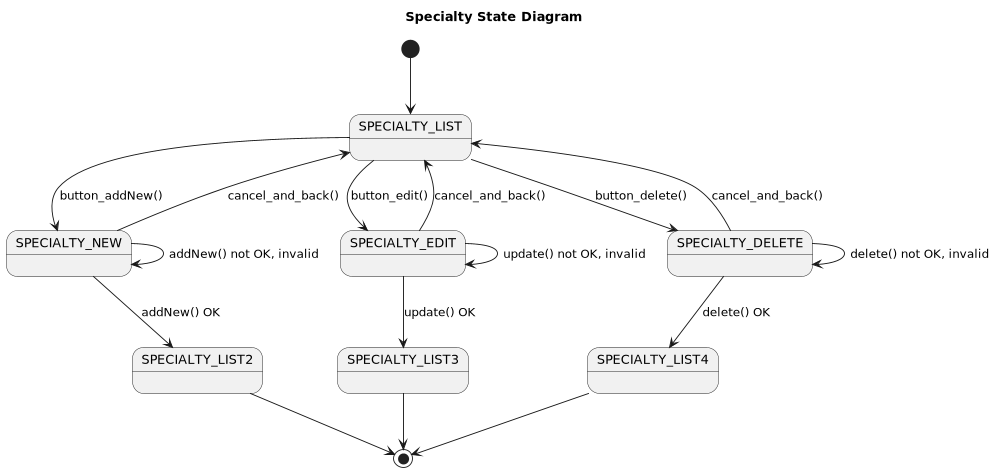
Before: uml/specialty/Specialty__StateEngine-Specialty_State_Diagram.png, a diagram exported from PlantUML (Jakarta-EE-Petclinic/petclinic-uml).
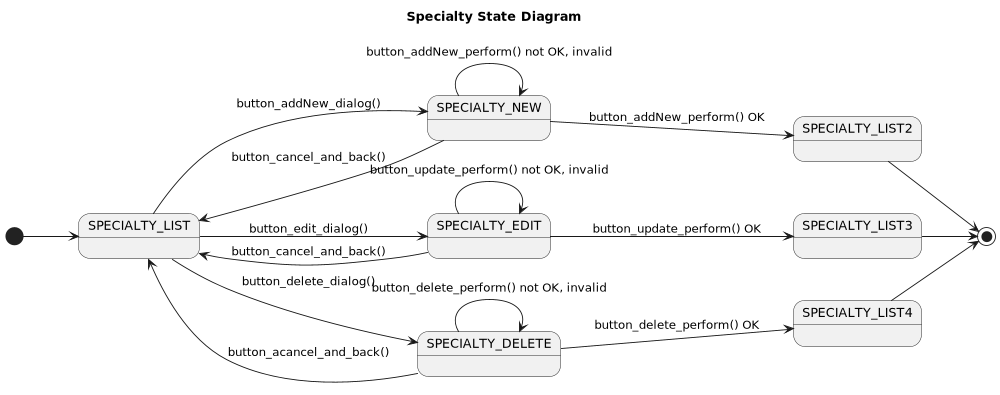
The same file after the commit.

The edit, as a diff of the source:
```diff
@@ -3,24 +3,24 @@
 title Specialty State Diagram
 
 
-top to bottom direction
+left to right direction
 
 scale 1000 width
 
 [*] --> SPECIALTY_LIST
 
-SPECIALTY_LIST --> SPECIALTY_NEW : button_addNew()
-SPECIALTY_LIST --> SPECIALTY_EDIT: button_edit()
-SPECIALTY_LIST --> SPECIALTY_DELETE: button_delete()
 
-SPECIALTY_NEW --> SPECIALTY_LIST: cancel_and_back()
-SPECIALTY_NEW --> SPECIALTY_LIST2: addNew() OK
+SPECIALTY_LIST --> SPECIALTY_NEW : button_addNew_dialog()
+SPECIALTY_NEW --> SPECIALTY_LIST: button_cancel_and_back()
+SPECIALTY_NEW --> SPECIALTY_LIST2: button_addNew_perform() OK
 
-SPECIALTY_EDIT --> SPECIALTY_LIST: cancel_and_back()
-SPECIALTY_EDIT --> SPECIALTY_LIST3: update() OK
+SPECIALTY_LIST --> SPECIALTY_EDIT: button_edit_dialog()
+SPECIALTY_EDIT --> SPECIALTY_LIST: button_cancel_and_back()
+SPECIALTY_EDIT --> SPECIALTY_LIST3: button_update_perform() OK
 
-SPECIALTY_DELETE --> SPECIALTY_LIST: cancel_and_back()
-SPECIALTY_DELETE --> SPECIALTY_LIST4: delete() OK
+SPECIALTY_LIST --> SPECIALTY_DELETE: button_delete_dialog()
+SPECIALTY_DELETE --> SPECIALTY_LIST: button_acancel_and_back()
+SPECIALTY_DELETE --> SPECIALTY_LIST4: button_delete_perform() OK
 
 SPECIALTY_LIST2 --> [*]
 SPECIALTY_LIST3 --> [*]
@@ -28,13 +28,13 @@
 
 
 state SPECIALTY_NEW {
-    SPECIALTY_NEW --> SPECIALTY_NEW : addNew() not OK, invalid
+    SPECIALTY_NEW --> SPECIALTY_NEW : button_addNew_perform() not OK, invalid
 }
 state SPECIALTY_EDIT {
-    SPECIALTY_EDIT --> SPECIALTY_EDIT: update() not OK, invalid
+    SPECIALTY_EDIT --> SPECIALTY_EDIT: button_update_perform() not OK, invalid
 }
 state SPECIALTY_DELETE {
-    SPECIALTY_DELETE --> SPECIALTY_DELETE: delete() not OK, invalid
+    SPECIALTY_DELETE --> SPECIALTY_DELETE: button_delete_perform() not OK, invalid
 }
 
 
```
